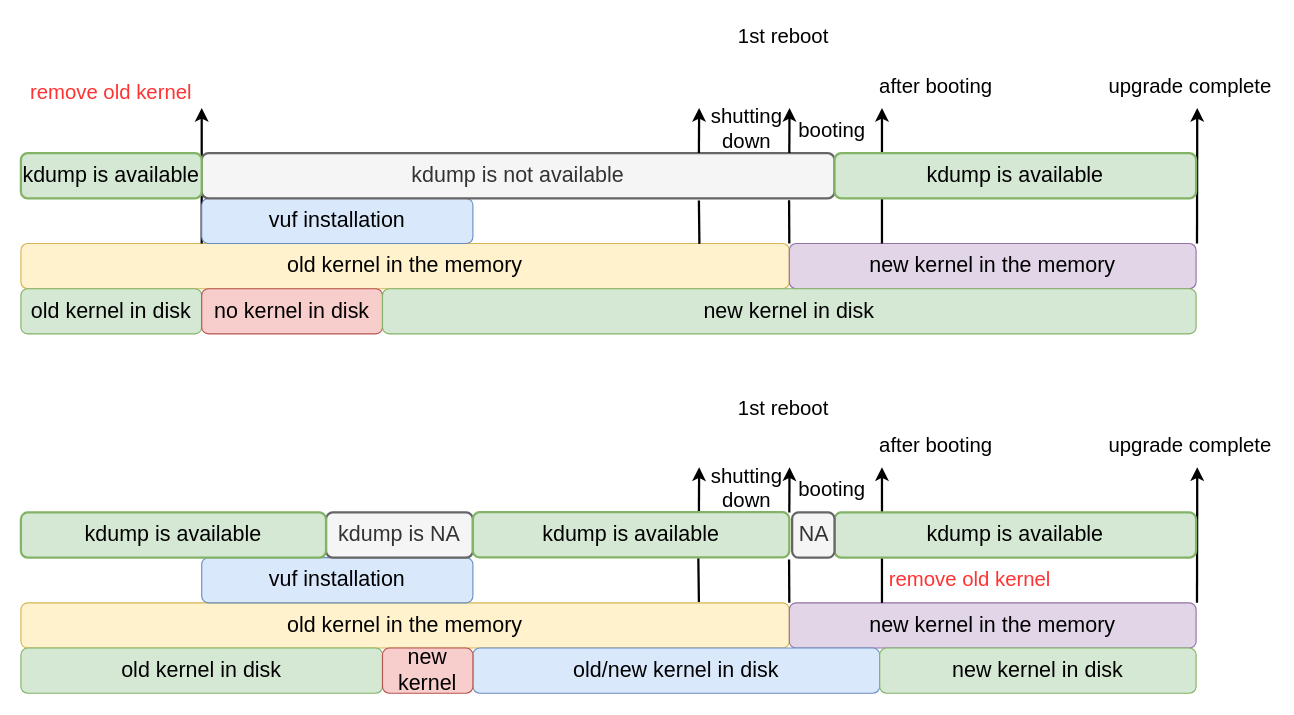
Earlier version of the draw.io diagram kdump.drawio (timefly32/drawio_diagrams). Source tidied: cells renumbered, new cells numbered last; positions are measured from the earlier drawing's top-left corner, leaving out a move shared by most shapes. Both pictures are drawn from the tidied source at 113%, with x=0, y=0 at pixel (20, 19).
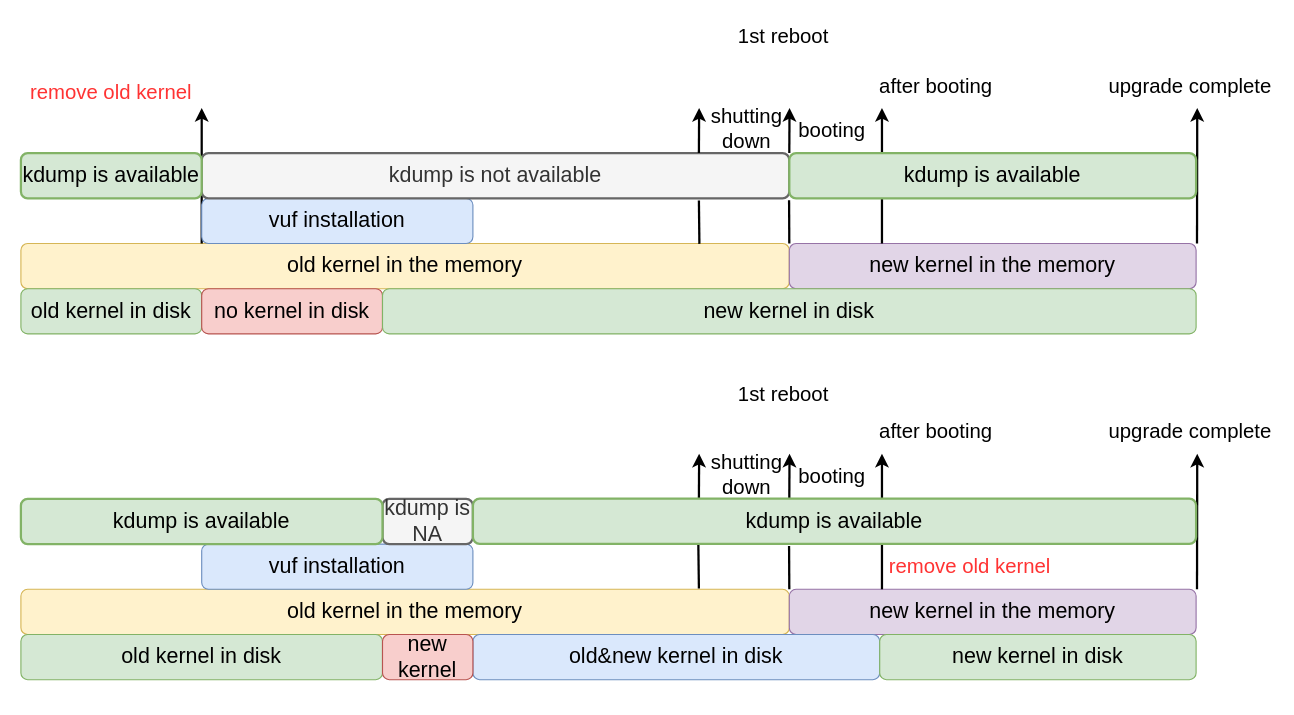
The same page after the edit.

What changed in the source:
```diff
@@
     <mxCell id="11" value="&lt;font style=&quot;font-size: 19px&quot;&gt;kdump is not available&lt;/font&gt;" style="rounded=1;whiteSpace=wrap;html=1;fillColor=#f5f5f5;strokeColor=#666666;fontColor=#333333;strokeWidth=2;sketch=0;" parent="1" vertex="1">
-      <mxGeometry x="160" y="118" width="560" height="40" as="geometry" />
+      <mxGeometry x="160" y="118" width="520" height="40" as="geometry" />
     </mxCell>
@@
     <mxCell id="22" value="&lt;font style=&quot;font-size: 19px&quot;&gt;kdump is available&lt;/font&gt;" style="rounded=1;whiteSpace=wrap;html=1;fillColor=#d5e8d4;strokeColor=#82b366;strokeWidth=2;shadow=0;sketch=0;" parent="1" vertex="1">
-      <mxGeometry x="720" y="118" width="320" height="40" as="geometry" />
+      <mxGeometry x="680" y="118" width="360" height="40" as="geometry" />
     </mxCell>
     <mxCell id="23" value="&lt;font style=&quot;font-size: 19px&quot;&gt;old kernel in the memory&lt;/font&gt;" style="rounded=1;whiteSpace=wrap;html=1;fillColor=#fff2cc;strokeColor=#d6b656;" parent="1" vertex="1">
-      <mxGeometry y="516" width="680" height="40" as="geometry" />
+      <mxGeometry y="504" width="680" height="40" as="geometry" />
     </mxCell>
     <mxCell id="24" value="&lt;font style=&quot;font-size: 19px&quot;&gt;new kernel in the memory&lt;/font&gt;" style="rounded=1;whiteSpace=wrap;html=1;fillColor=#e1d5e7;strokeColor=#9673a6;" parent="1" vertex="1">
-      <mxGeometry x="680" y="516" width="360" height="40" as="geometry" />
+      <mxGeometry x="680" y="504" width="360" height="40" as="geometry" />
     </mxCell>
     <mxCell id="25" style="endArrow=classic;html=1;strokeWidth=2;" parent="1" edge="1">
       <mxGeometry relative="1" as="geometry">
-        <mxPoint x="1040.8" y="516" as="sourcePoint" />
-        <mxPoint x="1041" y="396" as="targetPoint" />
+        <mxPoint x="1040.8" y="504" as="sourcePoint" />
+        <mxPoint x="1041" y="384" as="targetPoint" />
       </mxGeometry>
     </mxCell>
     <mxCell id="26" style="endArrow=classic;html=1;strokeWidth=2;" parent="1" edge="1">
       <mxGeometry relative="1" as="geometry">
-        <mxPoint x="762" y="516" as="sourcePoint" />
-        <mxPoint x="762" y="396" as="targetPoint" />
+        <mxPoint x="762" y="504" as="sourcePoint" />
+        <mxPoint x="762" y="384" as="targetPoint" />
       </mxGeometry>
     </mxCell>
     <mxCell id="27" value="&lt;font style=&quot;font-size: 19px&quot;&gt;vuf installation&lt;/font&gt;" style="rounded=1;whiteSpace=wrap;html=1;fillColor=#dae8fc;strokeColor=#6c8ebf;" parent="1" vertex="1">
-      <mxGeometry x="160" y="476" width="240" height="40" as="geometry" />
+      <mxGeometry x="160" y="464" width="240" height="40" as="geometry" />
     </mxCell>
     <mxCell id="28" value="&lt;font style=&quot;font-size: 18px&quot; color=&quot;#ff3333&quot;&gt;remove old kernel&lt;/font&gt;" style="rounded=1;whiteSpace=wrap;html=1;strokeColor=none;fillColor=none;" parent="1" vertex="1">
-      <mxGeometry x="760" y="471.5" width="160" height="49" as="geometry" />
+      <mxGeometry x="760" y="459.5" width="160" height="49" as="geometry" />
     </mxCell>
     <mxCell id="29" value="&lt;font style=&quot;font-size: 18px&quot;&gt;1st reboot&lt;/font&gt;" style="rounded=1;whiteSpace=wrap;html=1;strokeColor=none;fillColor=none;" parent="1" vertex="1">
-      <mxGeometry x="600" y="329" width="150" height="29" as="geometry" />
+      <mxGeometry x="600" y="317" width="150" height="29" as="geometry" />
     </mxCell>
     <mxCell id="30" value="&lt;font style=&quot;font-size: 18px&quot;&gt;upgrade complete&lt;/font&gt;" style="rounded=1;whiteSpace=wrap;html=1;strokeColor=none;fillColor=none;" parent="1" vertex="1">
-      <mxGeometry x="960" y="347" width="150" height="60" as="geometry" />
+      <mxGeometry x="960" y="335" width="150" height="60" as="geometry" />
     </mxCell>
     <mxCell id="31" value="&lt;font style=&quot;font-size: 19px&quot;&gt;kdump is NA&lt;/font&gt;" style="rounded=1;whiteSpace=wrap;html=1;fillColor=#f5f5f5;strokeColor=#666666;fontColor=#333333;strokeWidth=2;sketch=0;" parent="1" vertex="1">
-      <mxGeometry x="270" y="436" width="130" height="40" as="geometry" />
+      <mxGeometry x="320" y="424" width="80" height="40" as="geometry" />
     </mxCell>
     <mxCell id="32" value="&lt;font style=&quot;font-size: 18px&quot;&gt;after booting&lt;/font&gt;" style="rounded=1;whiteSpace=wrap;html=1;strokeColor=none;fillColor=none;" parent="1" vertex="1">
-      <mxGeometry x="750" y="362.5" width="120" height="29" as="geometry" />
+      <mxGeometry x="750" y="350.5" width="120" height="29" as="geometry" />
     </mxCell>
     <mxCell id="33" value="&lt;font style=&quot;font-size: 19px&quot;&gt;old kernel in disk&lt;/font&gt;" style="rounded=1;whiteSpace=wrap;html=1;fillColor=#d5e8d4;strokeColor=#82b366;" parent="1" vertex="1">
-      <mxGeometry y="556" width="320" height="40" as="geometry" />
+      <mxGeometry y="544" width="320" height="40" as="geometry" />
     </mxCell>
-    <mxCell id="34" value="&lt;font style=&quot;font-size: 19px&quot;&gt;old/new kernel in disk&lt;/font&gt;" style="rounded=1;whiteSpace=wrap;html=1;fillColor=#dae8fc;strokeColor=#6c8ebf;" parent="1" vertex="1">
-      <mxGeometry x="400" y="556" width="360" height="40" as="geometry" />
+    <mxCell id="34" value="&lt;font style=&quot;font-size: 19px&quot;&gt;old&amp;amp;new kernel in disk&lt;/font&gt;" style="rounded=1;whiteSpace=wrap;html=1;fillColor=#dae8fc;strokeColor=#6c8ebf;" parent="1" vertex="1">
+      <mxGeometry x="400" y="544" width="360" height="40" as="geometry" />
     </mxCell>
     <mxCell id="35" value="&lt;font style=&quot;font-size: 19px&quot;&gt;new kernel in disk&lt;/font&gt;" style="rounded=1;whiteSpace=wrap;html=1;fillColor=#d5e8d4;strokeColor=#82b366;" parent="1" vertex="1">
-      <mxGeometry x="760" y="556" width="280" height="40" as="geometry" />
+      <mxGeometry x="760" y="544" width="280" height="40" as="geometry" />
     </mxCell>
     <mxCell id="36" value="&lt;font style=&quot;font-size: 18px&quot;&gt;shutting&lt;br&gt;down&lt;/font&gt;" style="rounded=1;whiteSpace=wrap;html=1;strokeColor=none;fillColor=none;" parent="1" vertex="1">
-      <mxGeometry x="600" y="395" width="85" height="40.8" as="geometry" />
+      <mxGeometry x="600" y="383" width="85" height="40.8" as="geometry" />
     </mxCell>
     <mxCell id="37" value="&lt;font style=&quot;font-size: 18px&quot;&gt;booting&lt;/font&gt;" style="rounded=1;whiteSpace=wrap;html=1;strokeColor=none;fillColor=none;" parent="1" vertex="1">
-      <mxGeometry x="682.5" y="395" width="70" height="41" as="geometry" />
+      <mxGeometry x="682.5" y="383" width="70" height="41" as="geometry" />
     </mxCell>
     <mxCell id="38" style="endArrow=classic;html=1;strokeWidth=2;" parent="1" edge="1">
       <mxGeometry relative="1" as="geometry">
-        <mxPoint x="600" y="436" as="sourcePoint" />
-        <mxPoint x="600.2" y="396" as="targetPoint" />
+        <mxPoint x="600" y="424" as="sourcePoint" />
+        <mxPoint x="600.2" y="384" as="targetPoint" />
       </mxGeometry>
     </mxCell>
     <mxCell id="39" style="endArrow=classic;html=1;strokeWidth=2;" parent="1" edge="1">
       <mxGeometry relative="1" as="geometry">
-        <mxPoint x="680" y="436" as="sourcePoint" />
-        <mxPoint x="680.2" y="396" as="targetPoint" />
+        <mxPoint x="680" y="424" as="sourcePoint" />
+        <mxPoint x="680.2" y="384" as="targetPoint" />
       </mxGeometry>
     </mxCell>
     <mxCell id="40" style="endArrow=none;html=1;strokeWidth=2;exitX=1;exitY=0;exitDx=0;exitDy=0;entryX=0.733;entryY=1.043;entryDx=0;entryDy=0;entryPerimeter=0;" parent="1" edge="1">
       <mxGeometry relative="1" as="geometry">
-        <mxPoint x="680" y="516" as="sourcePoint" />
-        <mxPoint x="679.8" y="477.7" as="targetPoint" />
+        <mxPoint x="680" y="504" as="sourcePoint" />
+        <mxPoint x="679.8" y="465.7" as="targetPoint" />
       </mxGeometry>
     </mxCell>
-    <mxCell id="41" value="&lt;font style=&quot;font-size: 19px&quot;&gt;kdump is available&lt;/font&gt;" style="rounded=1;whiteSpace=wrap;html=1;fillColor=#d5e8d4;strokeColor=#82b366;strokeWidth=2;shadow=0;sketch=0;" parent="1" vertex="1">
-      <mxGeometry x="720" y="436" width="320" height="40" as="geometry" />
-    </mxCell>
@@
     <mxCell id="43" value="&lt;font style=&quot;font-size: 19px&quot;&gt;kdump is available&lt;/font&gt;" style="rounded=1;whiteSpace=wrap;html=1;fillColor=#d5e8d4;strokeColor=#82b366;strokeWidth=2;shadow=0;sketch=0;" parent="1" vertex="1">
-      <mxGeometry y="436" width="270" height="40" as="geometry" />
+      <mxGeometry y="424" width="320" height="40" as="geometry" />
     </mxCell>
     <mxCell id="44" value="&lt;font style=&quot;font-size: 19px&quot;&gt;kdump is available&lt;/font&gt;" style="rounded=1;whiteSpace=wrap;html=1;fillColor=#d5e8d4;strokeColor=#82b366;strokeWidth=2;shadow=0;sketch=0;" parent="1" vertex="1">
-      <mxGeometry x="400" y="435.8" width="280" height="40" as="geometry" />
+      <mxGeometry x="400" y="423.8" width="640" height="40" as="geometry" />
     </mxCell>
-    <mxCell id="45" value="&lt;font style=&quot;font-size: 19px&quot;&gt;NA&lt;/font&gt;" style="rounded=1;whiteSpace=wrap;html=1;fillColor=#f5f5f5;strokeColor=#666666;fontColor=#333333;strokeWidth=2;sketch=0;" parent="1" vertex="1">
-      <mxGeometry x="682.5" y="436" width="37.5" height="40" as="geometry" />
-    </mxCell>
     <mxCell id="46" style="endArrow=none;html=1;strokeWidth=2;exitX=0.883;exitY=0.008;exitDx=0;exitDy=0;exitPerimeter=0;" parent="1" edge="1">
       <mxGeometry relative="1" as="geometry">
-        <mxPoint x="600" y="515.2" as="sourcePoint" />
-        <mxPoint x="599.5" y="476.8" as="targetPoint" />
+        <mxPoint x="600" y="503.2" as="sourcePoint" />
+        <mxPoint x="599.5" y="464.8" as="targetPoint" />
       </mxGeometry>
     </mxCell>
     <mxCell id="47" value="&lt;font style=&quot;font-size: 19px&quot;&gt;new kernel&lt;/font&gt;" style="rounded=1;whiteSpace=wrap;html=1;fillColor=#f8cecc;strokeColor=#b85450;" parent="1" vertex="1">
-      <mxGeometry x="320" y="556" width="80" height="40" as="geometry" />
+      <mxGeometry x="320" y="544" width="80" height="40" as="geometry" />
     </mxCell>
```
